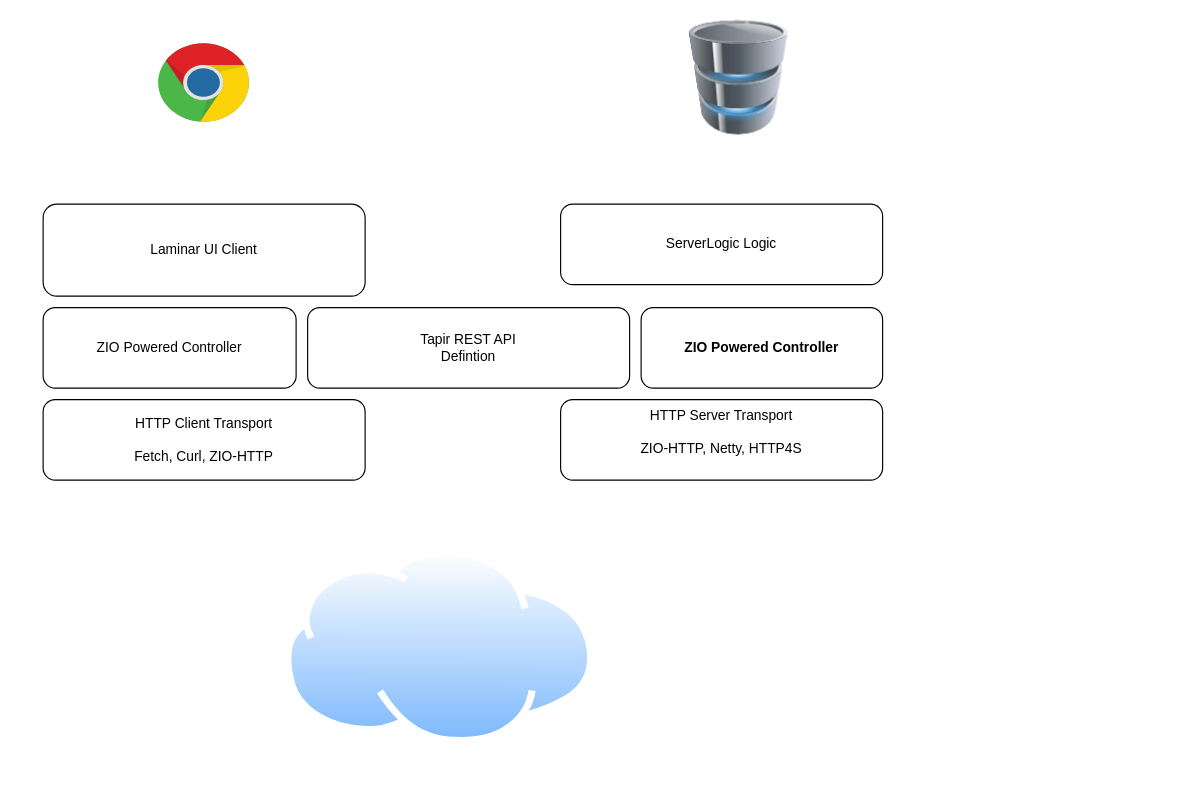
Before: images/tapir.drawio in cheleb/scalaio-fullstack, a draw.io diagram. Source tidied: cells renumbered, new cells numbered last; positions are measured from the earlier drawing's top-left corner, leaving out a move shared by most shapes. Both pictures are drawn from the tidied source at 115%, with x=0, y=0 at pixel (43, 20). Pictures stored in the file or linked from it are replaced by grey dashed boxes.
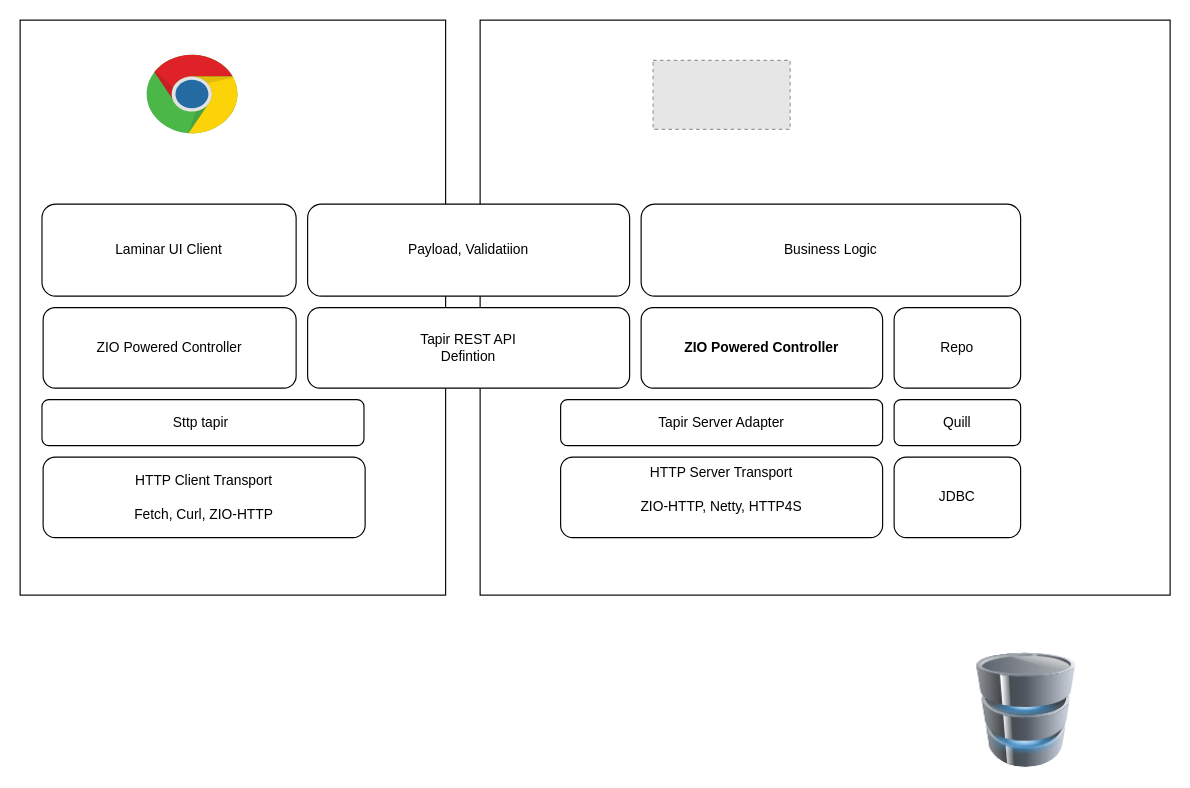
The same diagram, later.

The edit, as a diff of the source:
```diff
@@
+    <mxCell id="13" style="rounded=0;whiteSpace=wrap;html=1;strokeColor=default;align=center;verticalAlign=top;fontFamily=Helvetica;fontSize=12;fontColor=default;labelBackgroundColor=default;fillColor=default;" parent="1" vertex="1">
+      <mxGeometry x="380" width="600" height="500" as="geometry" />
+    </mxCell>
+    <mxCell id="14" style="rounded=0;whiteSpace=wrap;html=1;strokeColor=default;align=center;verticalAlign=top;fontFamily=Helvetica;fontSize=12;fontColor=default;labelBackgroundColor=default;fillColor=default;" parent="1" vertex="1">
+      <mxGeometry x="-20" width="370" height="500" as="geometry" />
+    </mxCell>
     <mxCell id="2" style="dashed=0;html=1;align=center;labelPosition=center;verticalLabelPosition=bottom;verticalAlign=top;shape=mxgraph.weblogos.chrome;" parent="1" vertex="1">
-      <mxGeometry x="100" y="20" width="80" height="70" as="geometry" />
+      <mxGeometry x="90" y="30" width="80" height="70" as="geometry" />
     </mxCell>
     <mxCell id="3" value="HTTP Server Transport&lt;br&gt;&lt;br&gt;ZIO-HTTP, Netty, HTTP4S&lt;br&gt;&lt;div&gt;&lt;br&gt;&lt;/div&gt;" style="rounded=1;whiteSpace=wrap;html=1;" parent="1" vertex="1">
-      <mxGeometry x="450" y="330" width="280" height="70" as="geometry" />
+      <mxGeometry x="450" y="380" width="280" height="70" as="geometry" />
     </mxCell>
-    <mxCell id="4" value="ServerLogic Logic" style="rounded=1;whiteSpace=wrap;html=1;" parent="1" vertex="1">
-      <mxGeometry x="450" y="160" width="280" height="70" as="geometry" />
+    <mxCell id="4" value="Business Logic" style="rounded=1;whiteSpace=wrap;html=1;" parent="1" vertex="1">
+      <mxGeometry x="520" y="160" width="330" height="80" as="geometry" />
     </mxCell>
     <mxCell id="5" value="HTTP Client Transport&lt;br&gt;&lt;br&gt;Fetch, Curl, ZIO-HTTP" style="rounded=1;whiteSpace=wrap;html=1;" parent="1" vertex="1">
-      <mxGeometry y="330" width="280" height="70" as="geometry" />
+      <mxGeometry y="380" width="280" height="70" as="geometry" />
     </mxCell>
@@
     <mxCell id="10" style="image;html=1;image=img/lib/clip_art/computers/Database_128x128.png;" parent="1" vertex="1">
-      <mxGeometry x="560" width="90" height="100" as="geometry" />
+      <mxGeometry x="810" y="550" width="90" height="100" as="geometry" />
     </mxCell>
     <mxCell id="11" value="Laminar UI Client" style="rounded=1;whiteSpace=wrap;html=1;" parent="1" vertex="1">
-      <mxGeometry y="160" width="280" height="80" as="geometry" />
+      <mxGeometry x="-1" y="160" width="221" height="80" as="geometry" />
     </mxCell>
-    <mxCell id="12" style="image;perimeter=ellipsePerimeter;html=1;align=center;shadow=0;dashed=0;spacingTop=3;image=img/lib/active_directory/internet_cloud.svg;" parent="1" vertex="1">
-      <mxGeometry x="210" y="460" width="269.8" height="170" as="geometry" />
-    </mxCell>
+    <mxCell id="15" value="&lt;div&gt;Sttp tapir&amp;nbsp;&lt;/div&gt;" style="rounded=1;whiteSpace=wrap;html=1;" parent="1" vertex="1">
+      <mxGeometry x="-1" y="330" width="280" height="40" as="geometry" />
+    </mxCell>
+    <mxCell id="16" value="Tapir Server Adapter" style="rounded=1;whiteSpace=wrap;html=1;" parent="1" vertex="1">
+      <mxGeometry x="450" y="330" width="280" height="40" as="geometry" />
+    </mxCell>
+    <mxCell id="17" style="fillColor=#E6E6E6;strokeColor=#999999;dashed=1;" parent="1" vertex="1">
+      <mxGeometry x="530.4" y="35" width="119.2" height="60" as="geometry" />
+    </mxCell>
+    <mxCell id="18" value="Repo" style="rounded=1;whiteSpace=wrap;html=1;strokeColor=default;align=center;verticalAlign=middle;fontFamily=Helvetica;fontSize=12;fontColor=default;labelBackgroundColor=default;fillColor=default;" parent="1" vertex="1">
+      <mxGeometry x="740" y="250" width="110" height="70" as="geometry" />
+    </mxCell>
+    <mxCell id="19" value="Quill" style="rounded=1;whiteSpace=wrap;html=1;strokeColor=default;align=center;verticalAlign=middle;fontFamily=Helvetica;fontSize=12;fontColor=default;labelBackgroundColor=default;fillColor=default;" parent="1" vertex="1">
+      <mxGeometry x="740" y="330" width="110" height="40" as="geometry" />
+    </mxCell>
+    <mxCell id="20" value="JDBC" style="rounded=1;whiteSpace=wrap;html=1;strokeColor=default;align=center;verticalAlign=middle;fontFamily=Helvetica;fontSize=12;fontColor=default;labelBackgroundColor=default;fillColor=default;" parent="1" vertex="1">
+      <mxGeometry x="740" y="380" width="110" height="70" as="geometry" />
+    </mxCell>
+    <mxCell id="21" value="Payload, Validatiion" style="rounded=1;whiteSpace=wrap;html=1;strokeColor=default;align=center;verticalAlign=middle;fontFamily=Helvetica;fontSize=12;fontColor=default;labelBackgroundColor=default;fillColor=default;" parent="1" vertex="1">
+      <mxGeometry x="230" y="160" width="280" height="80" as="geometry" />
+    </mxCell>
```
